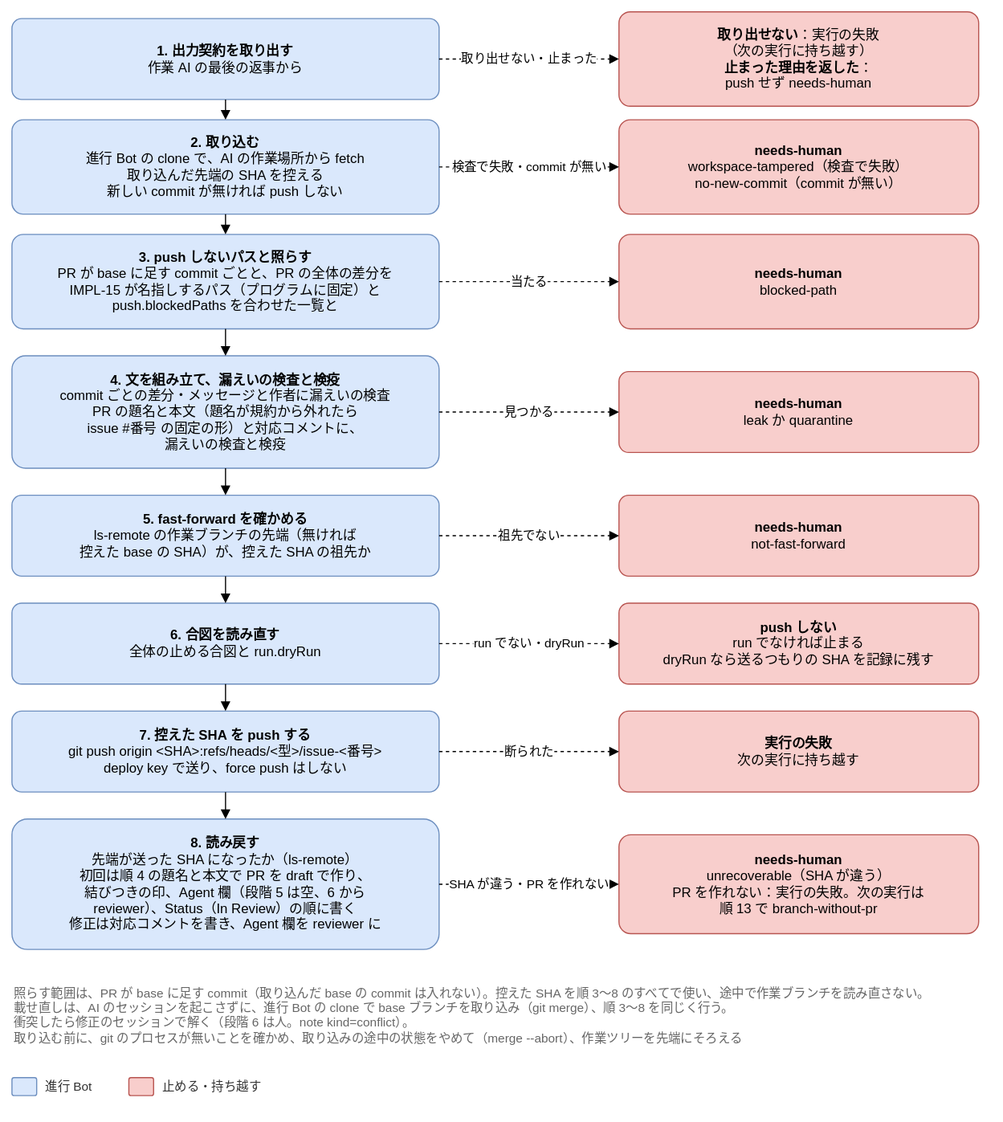
Earlier version of the draw.io export docs/design/basic/diagrams/02-push.drawio.svg (Joymerrevent/dev-autopilot). Source tidied: cells renumbered, new cells last; positions are measured from the earlier drawing's top-left corner, leaving out a move shared by most shapes.
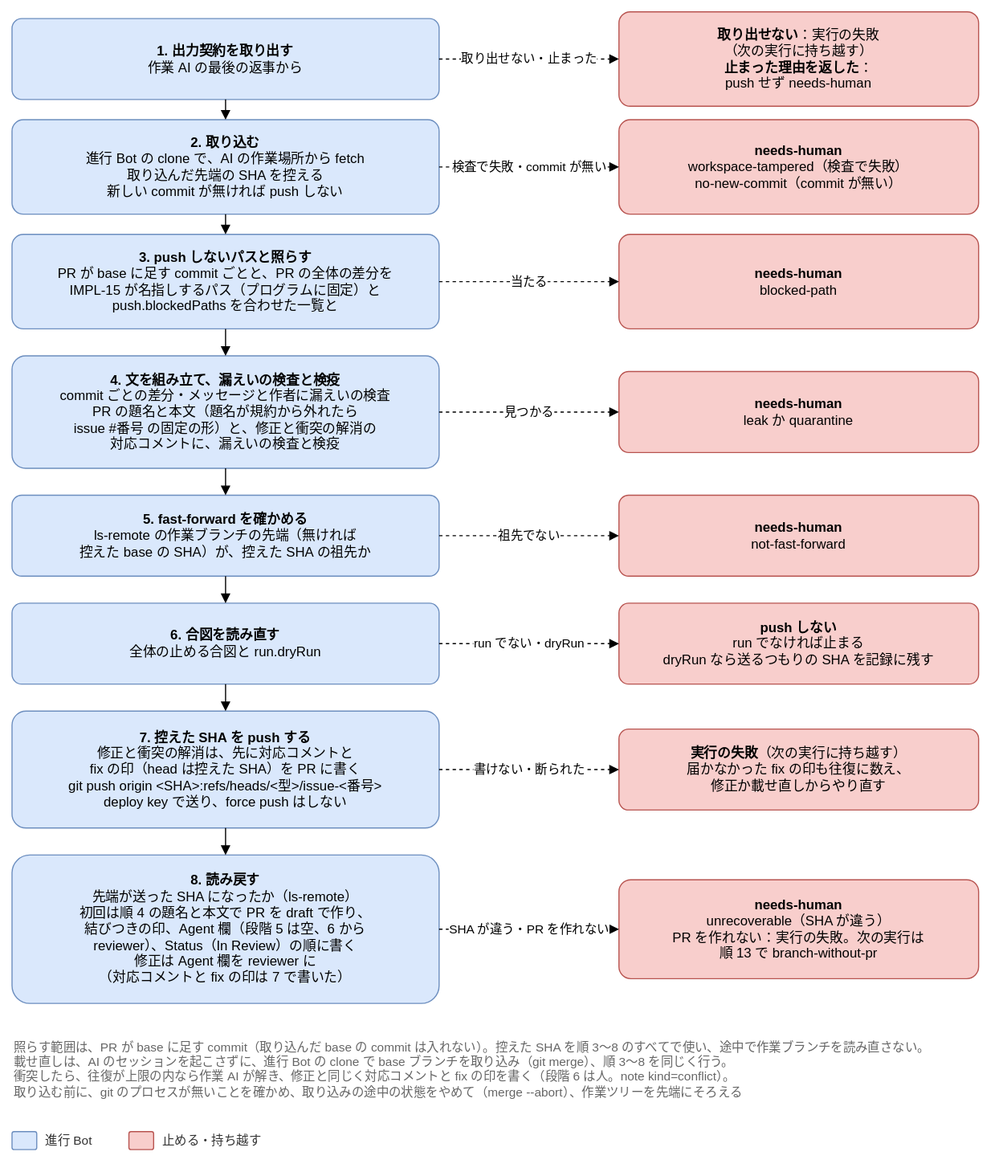
The same file after the commit.

The edit, as a diff of the source:
```diff
@@ -35,7 +35,7 @@
     <mxCell id="12" style="edgeStyle=orthogonalEdgeStyle;rounded=1;html=1;endArrow=block;endFill=1;fontSize=11;labelBackgroundColor=#ffffff;exitX=0.5;exitY=1;exitDx=0;exitDy=0;entryX=0.5;entryY=0;entryDx=0;entryDy=0;" parent="1" edge="1" source="5" target="9">
       <mxGeometry relative="1" as="geometry" />
     </mxCell>
-    <mxCell id="13" value="&lt;b&gt;4. 文を組み立て、漏えいの検査と検疫&lt;/b&gt;&lt;br&gt;commit ごとの差分・メッセージと作者に漏えいの検査&lt;br&gt;PR の題名と本文（題名が規約から外れたら&lt;br&gt;issue #番号 の固定の形）と対応コメントに、&lt;br&gt;漏えいの検査と検疫" style="rounded=1;whiteSpace=wrap;html=1;fontSize=12;arcSize=12;spacing=12;fillColor=#dae8fc;strokeColor=#6c8ebf;" parent="1" vertex="1">
+    <mxCell id="13" value="&lt;b&gt;4. 文を組み立て、漏えいの検査と検疫&lt;/b&gt;&lt;br&gt;commit ごとの差分・メッセージと作者に漏えいの検査&lt;br&gt;PR の題名と本文（題名が規約から外れたら&lt;br&gt;issue #番号 の固定の形）と、修正と衝突の解消の&lt;br&gt;対応コメントに、漏えいの検査と検疫" style="rounded=1;whiteSpace=wrap;html=1;fontSize=12;arcSize=12;spacing=12;fillColor=#dae8fc;strokeColor=#6c8ebf;" parent="1" vertex="1">
       <mxGeometry y="306" width="380" height="100" as="geometry" />
     </mxCell>
     <mxCell id="14" value="&lt;b&gt;needs-human&lt;/b&gt;&lt;br&gt;leak か quarantine" style="rounded=1;whiteSpace=wrap;html=1;fontSize=12;arcSize=12;spacing=12;fillColor=#f8cecc;strokeColor=#b85450;" parent="1" vertex="1">
@@ -71,23 +71,23 @@
     <mxCell id="24" style="edgeStyle=orthogonalEdgeStyle;rounded=1;html=1;endArrow=block;endFill=1;fontSize=11;labelBackgroundColor=#ffffff;exitX=0.5;exitY=1;exitDx=0;exitDy=0;entryX=0.5;entryY=0;entryDx=0;entryDy=0;" parent="1" edge="1" source="17" target="21">
       <mxGeometry relative="1" as="geometry" />
     </mxCell>
-    <mxCell id="25" value="&lt;b&gt;7. 控えた SHA を push する&lt;/b&gt;&lt;br&gt;git push origin &amp;lt;SHA&amp;gt;:refs/heads/&amp;lt;型&amp;gt;/issue-&amp;lt;番号&amp;gt;&lt;br&gt;deploy key で送り、force push はしない" style="rounded=1;whiteSpace=wrap;html=1;fontSize=12;arcSize=12;spacing=12;fillColor=#dae8fc;strokeColor=#6c8ebf;" parent="1" vertex="1">
-      <mxGeometry y="622" width="380" height="72" as="geometry" />
+    <mxCell id="25" value="&lt;b&gt;7. 控えた SHA を push する&lt;/b&gt;&lt;br&gt;修正と衝突の解消は、先に対応コメントと&lt;br&gt;fix の印（head は控えた SHA）を PR に書く&lt;br&gt;git push origin &amp;lt;SHA&amp;gt;:refs/heads/&amp;lt;型&amp;gt;/issue-&amp;lt;番号&amp;gt;&lt;br&gt;deploy key で送り、force push はしない" style="rounded=1;whiteSpace=wrap;html=1;fontSize=12;arcSize=12;spacing=12;fillColor=#dae8fc;strokeColor=#6c8ebf;" parent="1" vertex="1">
+      <mxGeometry y="622" width="380" height="104" as="geometry" />
     </mxCell>
-    <mxCell id="26" value="&lt;b&gt;実行の失敗&lt;/b&gt;&lt;br&gt;次の実行に持ち越す" style="rounded=1;whiteSpace=wrap;html=1;fontSize=12;arcSize=12;spacing=12;fillColor=#f8cecc;strokeColor=#b85450;" parent="1" vertex="1">
-      <mxGeometry x="540" y="622" width="320" height="72" as="geometry" />
+    <mxCell id="26" value="&lt;b&gt;実行の失敗&lt;/b&gt;（次の実行に持ち越す）&lt;br&gt;届かなかった fix の印も往復に数え、&lt;br&gt;修正か載せ直しからやり直す" style="rounded=1;whiteSpace=wrap;html=1;fontSize=12;arcSize=12;spacing=12;fillColor=#f8cecc;strokeColor=#b85450;" parent="1" vertex="1">
+      <mxGeometry x="540" y="638" width="320" height="72" as="geometry" />
     </mxCell>
-    <mxCell id="27" value="断られた" style="edgeStyle=orthogonalEdgeStyle;rounded=1;html=1;endArrow=block;endFill=1;fontSize=11;labelBackgroundColor=#ffffff;dashed=1;exitX=1;exitY=0.5;exitDx=0;exitDy=0;entryX=0;entryY=0.5;entryDx=0;entryDy=0;" parent="1" edge="1" source="25" target="26">
+    <mxCell id="27" value="書けない・断られた" style="edgeStyle=orthogonalEdgeStyle;rounded=1;html=1;endArrow=block;endFill=1;fontSize=11;labelBackgroundColor=#ffffff;dashed=1;exitX=1;exitY=0.5;exitDx=0;exitDy=0;entryX=0;entryY=0.5;entryDx=0;entryDy=0;" parent="1" edge="1" source="25" target="26">
       <mxGeometry relative="1" as="geometry" />
     </mxCell>
     <mxCell id="28" style="edgeStyle=orthogonalEdgeStyle;rounded=1;html=1;endArrow=block;endFill=1;fontSize=11;labelBackgroundColor=#ffffff;exitX=0.5;exitY=1;exitDx=0;exitDy=0;entryX=0.5;entryY=0;entryDx=0;entryDy=0;" parent="1" edge="1" source="21" target="25">
       <mxGeometry relative="1" as="geometry" />
     </mxCell>
-    <mxCell id="29" value="&lt;b&gt;8. 読み戻す&lt;/b&gt;&lt;br&gt;先端が送った SHA になったか（ls-remote）&lt;br&gt;初回は順 4 の題名と本文で PR を draft で作り、&lt;br&gt;結びつきの印、Agent 欄（段階 5 は空、6 から&lt;br&gt;reviewer）、Status（In Review）の順に書く&lt;br&gt;修正は対応コメントを書き、Agent 欄を reviewer に" style="rounded=1;whiteSpace=wrap;html=1;fontSize=12;arcSize=12;spacing=12;fillColor=#dae8fc;strokeColor=#6c8ebf;" parent="1" vertex="1">
-      <mxGeometry y="718" width="380" height="116" as="geometry" />
+    <mxCell id="29" value="&lt;b&gt;8. 読み戻す&lt;/b&gt;&lt;br&gt;先端が送った SHA になったか（ls-remote）&lt;br&gt;初回は順 4 の題名と本文で PR を draft で作り、&lt;br&gt;結びつきの印、Agent 欄（段階 5 は空、6 から&lt;br&gt;reviewer）、Status（In Review）の順に書く&lt;br&gt;修正は Agent 欄を reviewer に&lt;br&gt;（対応コメントと fix の印は 7 で書いた）" style="rounded=1;whiteSpace=wrap;html=1;fontSize=12;arcSize=12;spacing=12;fillColor=#dae8fc;strokeColor=#6c8ebf;" parent="1" vertex="1">
+      <mxGeometry y="750" width="380" height="132" as="geometry" />
     </mxCell>
     <mxCell id="30" value="&lt;b&gt;needs-human&lt;/b&gt;&lt;br&gt;unrecoverable（SHA が違う）&lt;br&gt;PR を作れない：実行の失敗。次の実行は&lt;br&gt;順 13 で branch-without-pr" style="rounded=1;whiteSpace=wrap;html=1;fontSize=12;arcSize=12;spacing=12;fillColor=#f8cecc;strokeColor=#b85450;" parent="1" vertex="1">
-      <mxGeometry x="540" y="732" width="320" height="88" as="geometry" />
+      <mxGeometry x="540" y="772" width="320" height="88" as="geometry" />
     </mxCell>
     <mxCell id="31" value="SHA が違う・PR を作れない" style="edgeStyle=orthogonalEdgeStyle;rounded=1;html=1;endArrow=block;endFill=1;fontSize=11;labelBackgroundColor=#ffffff;dashed=1;exitX=1;exitY=0.5;exitDx=0;exitDy=0;entryX=0;entryY=0.5;entryDx=0;entryDy=0;" parent="1" edge="1" source="29" target="30">
       <mxGeometry relative="1" as="geometry" />
@@ -95,20 +95,20 @@
     <mxCell id="32" style="edgeStyle=orthogonalEdgeStyle;rounded=1;html=1;endArrow=block;endFill=1;fontSize=11;labelBackgroundColor=#ffffff;exitX=0.5;exitY=1;exitDx=0;exitDy=0;entryX=0.5;entryY=0;entryDx=0;entryDy=0;" parent="1" edge="1" source="25" target="29">
       <mxGeometry relative="1" as="geometry" />
     </mxCell>
-    <mxCell id="33" value="照らす範囲は、PR が base に足す commit（取り込んだ base の commit は入れない）。控えた SHA を順 3〜8 のすべてで使い、途中で作業ブランチを読み直さない。&lt;br&gt;載せ直しは、AI のセッションを起こさずに、進行 Bot の clone で base ブランチを取り込み（git merge）、順 3〜8 を同じく行う。&lt;br&gt;衝突したら修正のセッションで解く（段階 6 は人。note kind=conflict）。&lt;br&gt;取り込む前に、git のプロセスが無いことを確かめ、取り込みの途中の状態をやめて（merge --abort）、作業ツリーを先端にそろえる" style="text;html=1;whiteSpace=wrap;align=left;verticalAlign=top;fontSize=11;fontColor=#666666;" parent="1" vertex="1">
-      <mxGeometry y="860" width="860" height="70" as="geometry" />
+    <mxCell id="33" value="照らす範囲は、PR が base に足す commit（取り込んだ base の commit は入れない）。控えた SHA を順 3〜8 のすべてで使い、途中で作業ブランチを読み直さない。&lt;br&gt;載せ直しは、AI のセッションを起こさずに、進行 Bot の clone で base ブランチを取り込み（git merge）、順 3〜8 を同じく行う。&lt;br&gt;衝突したら、往復が上限の内なら作業 AI が解き、修正と同じく対応コメントと fix の印を書く（段階 6 は人。note kind=conflict）。&lt;br&gt;取り込む前に、git のプロセスが無いことを確かめ、取り込みの途中の状態をやめて（merge --abort）、作業ツリーを先端にそろえる" style="text;html=1;whiteSpace=wrap;align=left;verticalAlign=top;fontSize=11;fontColor=#666666;" parent="1" vertex="1">
+      <mxGeometry y="908" width="860" height="70" as="geometry" />
     </mxCell>
     <mxCell id="34" style="rounded=1;whiteSpace=wrap;html=1;fontSize=12;arcSize=12;spacing=12;fillColor=#dae8fc;strokeColor=#6c8ebf;" parent="1" vertex="1">
-      <mxGeometry y="948" width="22" height="16" as="geometry" />
+      <mxGeometry y="996" width="22" height="16" as="geometry" />
     </mxCell>
     <mxCell id="35" value="進行 Bot" style="text;html=1;align=left;verticalAlign=middle;fontSize=11;fontColor=#333333;" parent="1" vertex="1">
-      <mxGeometry x="28" y="946" width="60" height="20" as="geometry" />
+      <mxGeometry x="28" y="994" width="60" height="20" as="geometry" />
     </mxCell>
     <mxCell id="36" style="rounded=1;whiteSpace=wrap;html=1;fontSize=12;arcSize=12;spacing=12;fillColor=#f8cecc;strokeColor=#b85450;" parent="1" vertex="1">
-      <mxGeometry x="104" y="948" width="22" height="16" as="geometry" />
+      <mxGeometry x="104" y="996" width="22" height="16" as="geometry" />
     </mxCell>
     <mxCell id="37" value="止める・持ち越す" style="text;html=1;align=left;verticalAlign=middle;fontSize=11;fontColor=#333333;" parent="1" vertex="1">
-      <mxGeometry x="132" y="946" width="106" height="20" as="geometry" />
+      <mxGeometry x="132" y="994" width="106" height="20" as="geometry" />
     </mxCell>
   </root>
 </mxGraphModel>
```
